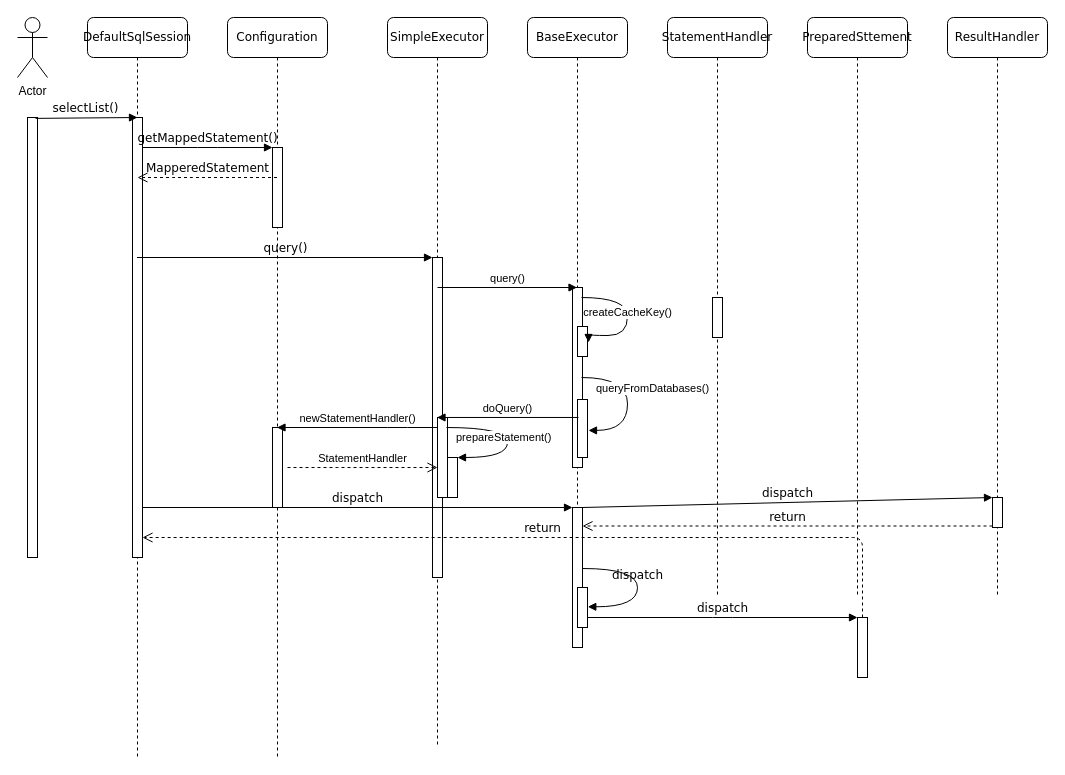
Earlier version of the draw.io diagram ALL Diagram.drawio (zyazxr/AAA1Draw). Source tidied: cells renumbered, new cells numbered last; positions are measured from the earlier drawing's top-left corner, leaving out a move shared by most shapes. Both pictures are drawn from the tidied source at 100%, with x=0, y=0 at pixel (17, 17).
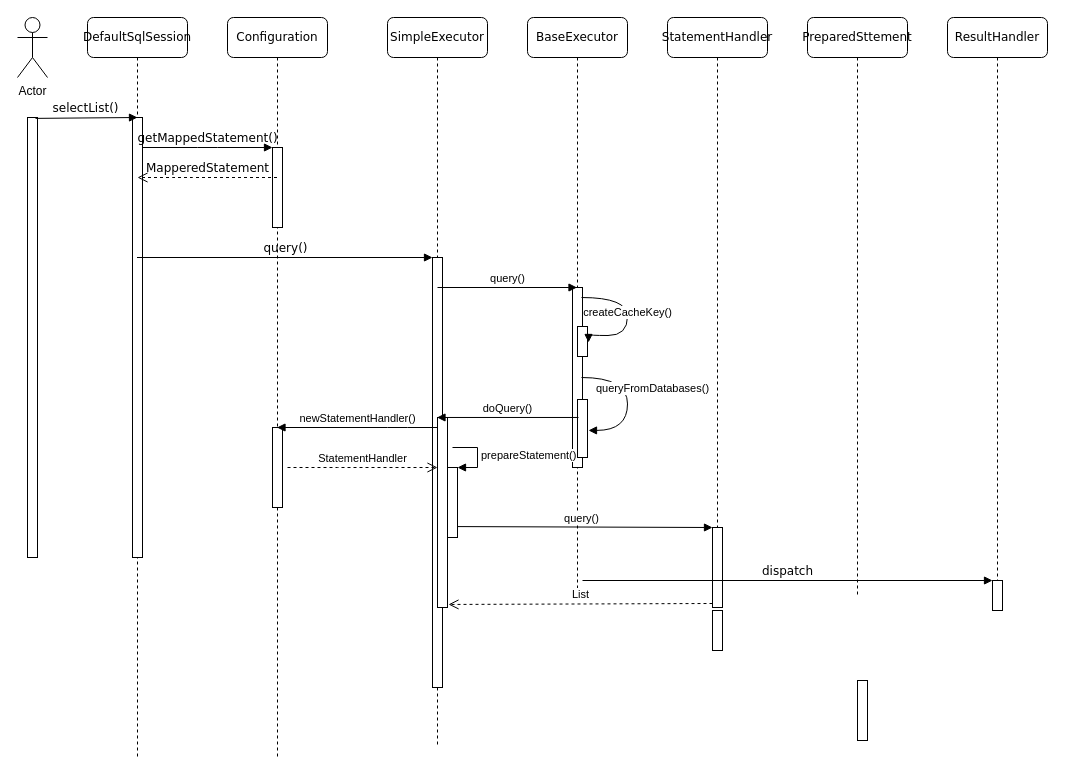
After the change.

The change refers to these unchanged cells:
```xml
<mxCell id="5" value="SimpleExecutor" style="shape=umlLifeline;perimeter=lifelinePerimeter;whiteSpace=wrap;html=1;outlineConnect=0;rounded=1;shadow=0;comic=0;labelBackgroundColor=none;strokeWidth=1;fontFamily=Verdana;fontSize=12;align=center;" parent="1" vertex="1">
  <mxGeometry x="370" width="100" height="730" as="geometry" />
</mxCell>
<mxCell id="9" value="StatementHandler" style="shape=umlLifeline;perimeter=lifelinePerimeter;whiteSpace=wrap;html=1;rounded=1;shadow=0;comic=0;labelBackgroundColor=none;strokeWidth=1;fontFamily=Verdana;fontSize=12;align=center;" parent="1" vertex="1">
  <mxGeometry x="650" width="100" height="580" as="geometry" />
</mxCell>
<mxCell id="11" value="ResultHandler" style="shape=umlLifeline;perimeter=lifelinePerimeter;whiteSpace=wrap;html=1;rounded=1;shadow=0;comic=0;labelBackgroundColor=none;strokeWidth=1;fontFamily=Verdana;fontSize=12;align=center;" parent="1" vertex="1">
  <mxGeometry x="930" width="100" height="580" as="geometry" />
</mxCell>
<mxCell id="14" style="html=1;points=[];perimeter=orthogonalPerimeter;rounded=0;shadow=0;comic=0;labelBackgroundColor=none;strokeWidth=1;fontFamily=Verdana;fontSize=12;align=center;" parent="13" vertex="1">
  <mxGeometry x="45" y="100" width="10" height="440" as="geometry" />
</mxCell>
```

The edit, as a diff of the source:
```diff
@@
     <mxCell id="6" style="html=1;perimeter=orthogonalPerimeter;rounded=0;shadow=0;comic=0;labelBackgroundColor=none;strokeWidth=1;fontFamily=Verdana;fontSize=12;align=center;" parent="5" vertex="1">
-      <mxGeometry x="45" y="240" width="10" height="320" as="geometry" />
+      <mxGeometry x="45" y="240" width="10" height="430" as="geometry" />
     </mxCell>
     <mxCell id="7" style="html=1;points=[];perimeter=orthogonalPerimeter;rounded=0;shadow=0;comic=0;labelBackgroundColor=none;strokeWidth=1;fontFamily=Verdana;fontSize=12;align=center;" parent="5" vertex="1">
-      <mxGeometry x="50" y="400" width="10" height="80" as="geometry" />
+      <mxGeometry x="50" y="400" width="10" height="190" as="geometry" />
     </mxCell>
@@
+    <mxCell id="43" style="html=1;points=[];perimeter=orthogonalPerimeter;" parent="9" vertex="1">
+      <mxGeometry x="45" y="510" width="10" height="80" as="geometry" />
+    </mxCell>
@@
     <mxCell id="12" style="html=1;points=[];perimeter=orthogonalPerimeter;rounded=0;shadow=0;comic=0;labelBackgroundColor=none;strokeColor=#000000;strokeWidth=1;fillColor=#FFFFFF;fontFamily=Verdana;fontSize=12;fontColor=#000000;align=center;" parent="11" vertex="1">
-      <mxGeometry x="45" y="480" width="10" height="30" as="geometry" />
+      <mxGeometry x="45" y="563" width="10" height="30" as="geometry" />
     </mxCell>
@@
     <mxCell id="16" style="html=1;perimeter=orthogonalPerimeter;rounded=0;shadow=0;comic=0;labelBackgroundColor=none;strokeWidth=1;fontFamily=Verdana;fontSize=12;align=center;" parent="1" vertex="1">
-      <mxGeometry x="695" y="280" width="10" height="40" as="geometry" />
+      <mxGeometry x="695" y="593" width="10" height="40" as="geometry" />
     </mxCell>
-    <mxCell id="17" style="html=1;points=[];perimeter=orthogonalPerimeter;rounded=0;shadow=0;comic=0;labelBackgroundColor=none;strokeWidth=1;fontFamily=Verdana;fontSize=12;align=center;" parent="1" vertex="1">
-      <mxGeometry x="555" y="490" width="10" height="140" as="geometry" />
-    </mxCell>
-    <mxCell id="18" value="dispatch" style="html=1;verticalAlign=bottom;endArrow=block;entryX=0;entryY=0;labelBackgroundColor=none;fontFamily=Verdana;fontSize=12;" parent="1" edge="1" source="14" target="17">
-      <mxGeometry relative="1" as="geometry" />
-    </mxCell>
-    <mxCell id="19" value="dispatch" style="html=1;verticalAlign=bottom;endArrow=block;entryX=0;entryY=0;labelBackgroundColor=none;fontFamily=Verdana;fontSize=12;" parent="1" edge="1" source="17" target="12">
-      <mxGeometry relative="1" as="geometry" />
+    <mxCell id="19" value="dispatch" style="html=1;verticalAlign=bottom;endArrow=block;entryX=0;entryY=0;labelBackgroundColor=none;fontFamily=Verdana;fontSize=12;" parent="1" edge="1" target="12">
+      <mxGeometry relative="1" as="geometry">
+        <mxPoint x="565" y="563" as="sourcePoint" />
+      </mxGeometry>
     </mxCell>
-    <mxCell id="20" value="return" style="html=1;verticalAlign=bottom;endArrow=open;dashed=1;endSize=8;exitX=0;exitY=0.95;labelBackgroundColor=none;fontFamily=Verdana;fontSize=12;" parent="1" edge="1" source="12" target="17">
-      <mxGeometry relative="1" as="geometry" />
-    </mxCell>
     <mxCell id="21" style="html=1;points=[];perimeter=orthogonalPerimeter;rounded=0;shadow=0;comic=0;labelBackgroundColor=none;strokeWidth=1;fontFamily=Verdana;fontSize=12;align=center;" parent="1" vertex="1">
-      <mxGeometry x="840" y="600" width="10" height="60" as="geometry" />
+      <mxGeometry x="840" y="663" width="10" height="60" as="geometry" />
     </mxCell>
-    <mxCell id="22" value="dispatch" style="html=1;verticalAlign=bottom;endArrow=block;entryX=0;entryY=0;labelBackgroundColor=none;fontFamily=Verdana;fontSize=12;edgeStyle=elbowEdgeStyle;elbow=vertical;" parent="1" edge="1" source="27" target="21">
-      <mxGeometry relative="1" as="geometry" />
-    </mxCell>
-    <mxCell id="23" value="return" style="html=1;verticalAlign=bottom;endArrow=open;dashed=1;endSize=8;labelBackgroundColor=none;fontFamily=Verdana;fontSize=12;edgeStyle=elbowEdgeStyle;elbow=vertical;" parent="1" edge="1" source="21" target="14">
-      <mxGeometry relative="1" as="geometry">
-        <Array as="points">
-          <mxPoint x="540" y="520" />
-        </Array>
-      </mxGeometry>
-    </mxCell>
@@
-    <mxCell id="27" style="html=1;points=[];perimeter=orthogonalPerimeter;rounded=0;shadow=0;comic=0;labelBackgroundColor=none;strokeWidth=1;fontFamily=Verdana;fontSize=12;align=center;" parent="1" vertex="1">
-      <mxGeometry x="560" y="570" width="10" height="40" as="geometry" />
-    </mxCell>
-    <mxCell id="28" value="dispatch" style="html=1;verticalAlign=bottom;endArrow=block;labelBackgroundColor=none;fontFamily=Verdana;fontSize=12;elbow=vertical;edgeStyle=orthogonalEdgeStyle;curved=1;entryX=1;entryY=0.286;entryPerimeter=0;exitX=1.038;exitY=0.345;exitPerimeter=0;" parent="1" edge="1">
-      <mxGeometry relative="1" as="geometry">
-        <mxPoint x="565.3" y="551" as="sourcePoint" />
-        <mxPoint x="570.3" y="589.3" as="targetPoint" />
-        <Array as="points">
-          <mxPoint x="620" y="551" />
-          <mxPoint x="620" y="589" />
-        </Array>
-      </mxGeometry>
-    </mxCell>
@@
-    <mxCell id="41" style="html=1;points=[];perimeter=orthogonalPerimeter;" parent="1" vertex="1">
-      <mxGeometry x="430" y="440" width="10" height="40" as="geometry" />
-    </mxCell>
+    <mxCell id="44" value="query()" style="html=1;verticalAlign=bottom;endArrow=block;entryX=0;entryY=0;exitX=1.3;exitY=0.574;exitDx=0;exitDy=0;exitPerimeter=0;" parent="1" edge="1" source="7" target="43">
+      <mxGeometry relative="1" as="geometry" />
+    </mxCell>
+    <mxCell id="45" value="List" style="html=1;verticalAlign=bottom;endArrow=open;dashed=1;endSize=8;exitX=0;exitY=0.95;entryX=1.1;entryY=0.984;entryDx=0;entryDy=0;entryPerimeter=0;" parent="1" edge="1" source="43" target="7">
+      <mxGeometry relative="1" as="geometry" />
+    </mxCell>
+    <mxCell id="46" style="html=1;points=[];perimeter=orthogonalPerimeter;" parent="1" vertex="1">
+      <mxGeometry x="430" y="450" width="10" height="70" as="geometry" />
+    </mxCell>
-    <mxCell id="42" value="prepareStatement()" style="edgeStyle=orthogonalEdgeStyle;html=1;align=left;spacingLeft=2;endArrow=block;rounded=0;entryX=1;entryY=0;curved=1;exitX=0.9;exitY=0.125;exitDx=0;exitDy=0;exitPerimeter=0;" parent="1" edge="1" source="7" target="41">
-      <mxGeometry x="-0.91" y="-10" relative="1" as="geometry">
+    <mxCell id="42" value="prepareStatement()" style="edgeStyle=orthogonalEdgeStyle;html=1;align=left;spacingLeft=2;endArrow=block;rounded=0;entryX=1;entryY=0;" parent="1" edge="1" target="46">
+      <mxGeometry relative="1" as="geometry">
+        <mxPoint x="435" y="430" as="sourcePoint" />
         <Array as="points">
-          <mxPoint x="490" y="410" />
-          <mxPoint x="490" y="440" />
+          <mxPoint x="460" y="430" />
         </Array>
       </mxGeometry>
     </mxCell>
```
